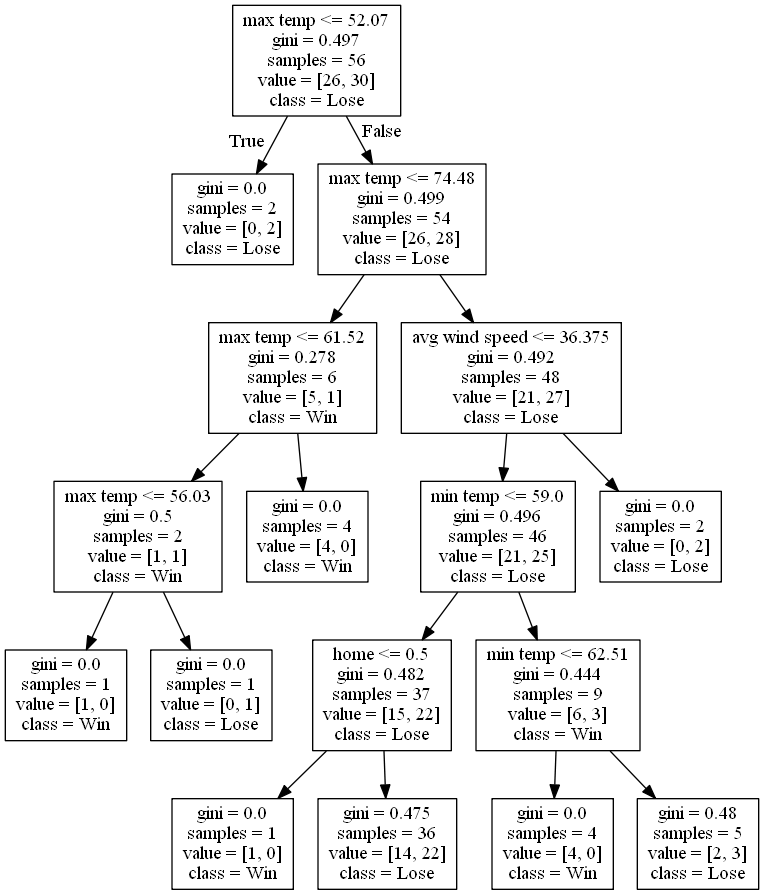
The Graphviz diagram DecisionTrees/decision_tree_no_score_or_attendance3.png in alexana-steck/CSE482Project, before a commit. Its source is kept beside it as DecisionTrees/decision_tree_no_score_or_attendance3.dot.
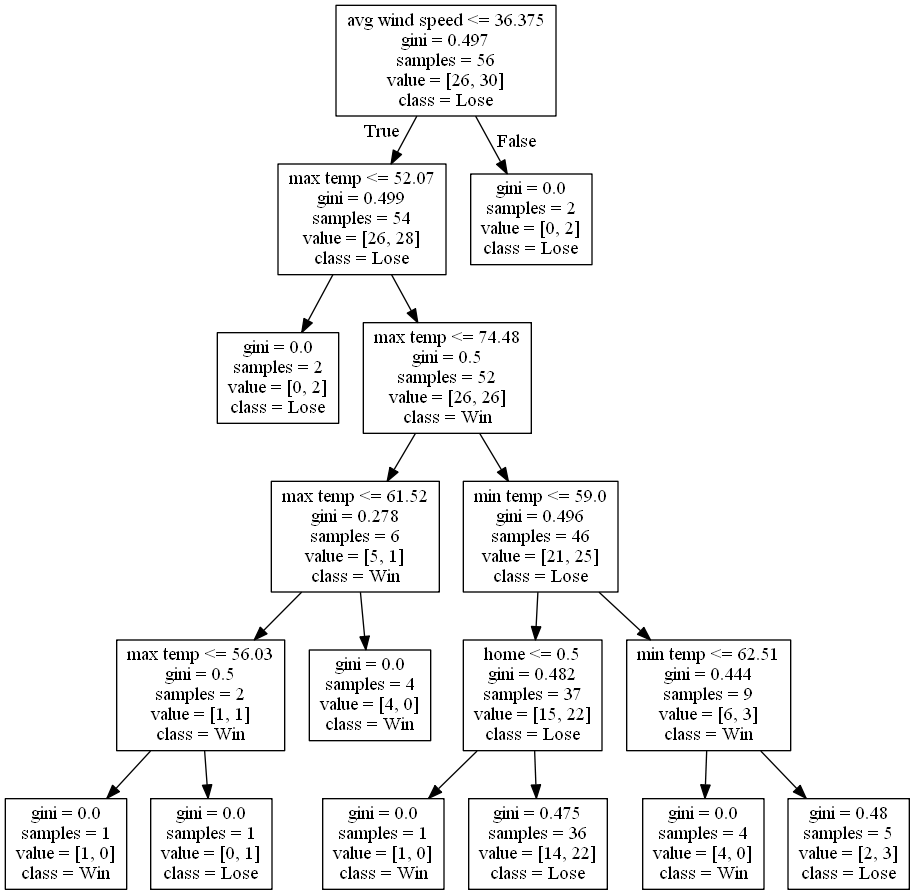
The same file after the commit.

Diff of the diagram source:
```diff
@@ -1,24 +1,24 @@
 digraph Tree {
 node [shape=box] ;
-0 [label="max temp <= 52.07\ngini = 0.497\nsamples = 56\nvalue = [26, 30]\nclass = Lose"] ;
-1 [label="gini = 0.0\nsamples = 2\nvalue = [0, 2]\nclass = Lose"] ;
+0 [label="avg wind speed <= 36.375\ngini = 0.497\nsamples = 56\nvalue = [26, 30]\nclass = Lose"] ;
+1 [label="max temp <= 52.07\ngini = 0.499\nsamples = 54\nvalue = [26, 28]\nclass = Lose"] ;
 0 -> 1 [labeldistance=2.5, labelangle=45, headlabel="True"] ;
-2 [label="max temp <= 74.48\ngini = 0.499\nsamples = 54\nvalue = [26, 28]\nclass = Lose"] ;
-0 -> 2 [labeldistance=2.5, labelangle=-45, headlabel="False"] ;
-3 [label="max temp <= 61.52\ngini = 0.278\nsamples = 6\nvalue = [5, 1]\nclass = Win"] ;
-2 -> 3 ;
-4 [label="max temp <= 56.03\ngini = 0.5\nsamples = 2\nvalue = [1, 1]\nclass = Win"] ;
+2 [label="gini = 0.0\nsamples = 2\nvalue = [0, 2]\nclass = Lose"] ;
+1 -> 2 ;
+3 [label="max temp <= 74.48\ngini = 0.5\nsamples = 52\nvalue = [26, 26]\nclass = Win"] ;
+1 -> 3 ;
+4 [label="max temp <= 61.52\ngini = 0.278\nsamples = 6\nvalue = [5, 1]\nclass = Win"] ;
 3 -> 4 ;
-5 [label="gini = 0.0\nsamples = 1\nvalue = [1, 0]\nclass = Win"] ;
+5 [label="max temp <= 56.03\ngini = 0.5\nsamples = 2\nvalue = [1, 1]\nclass = Win"] ;
 4 -> 5 ;
-6 [label="gini = 0.0\nsamples = 1\nvalue = [0, 1]\nclass = Lose"] ;
-4 -> 6 ;
-7 [label="gini = 0.0\nsamples = 4\nvalue = [4, 0]\nclass = Win"] ;
-3 -> 7 ;
-8 [label="avg wind speed <= 36.375\ngini = 0.492\nsamples = 48\nvalue = [21, 27]\nclass = Lose"] ;
-2 -> 8 ;
+6 [label="gini = 0.0\nsamples = 1\nvalue = [1, 0]\nclass = Win"] ;
+5 -> 6 ;
+7 [label="gini = 0.0\nsamples = 1\nvalue = [0, 1]\nclass = Lose"] ;
+5 -> 7 ;
+8 [label="gini = 0.0\nsamples = 4\nvalue = [4, 0]\nclass = Win"] ;
+4 -> 8 ;
 9 [label="min temp <= 59.0\ngini = 0.496\nsamples = 46\nvalue = [21, 25]\nclass = Lose"] ;
-8 -> 9 ;
+3 -> 9 ;
 10 [label="home <= 0.5\ngini = 0.482\nsamples = 37\nvalue = [15, 22]\nclass = Lose"] ;
 9 -> 10 ;
 11 [label="gini = 0.0\nsamples = 1\nvalue = [1, 0]\nclass = Win"] ;
@@ -32,5 +32,5 @@
 15 [label="gini = 0.48\nsamples = 5\nvalue = [2, 3]\nclass = Lose"] ;
 13 -> 15 ;
 16 [label="gini = 0.0\nsamples = 2\nvalue = [0, 2]\nclass = Lose"] ;
-8 -> 16 ;
+0 -> 16 [labeldistance=2.5, labelangle=-45, headlabel="False"] ;
 }
```
